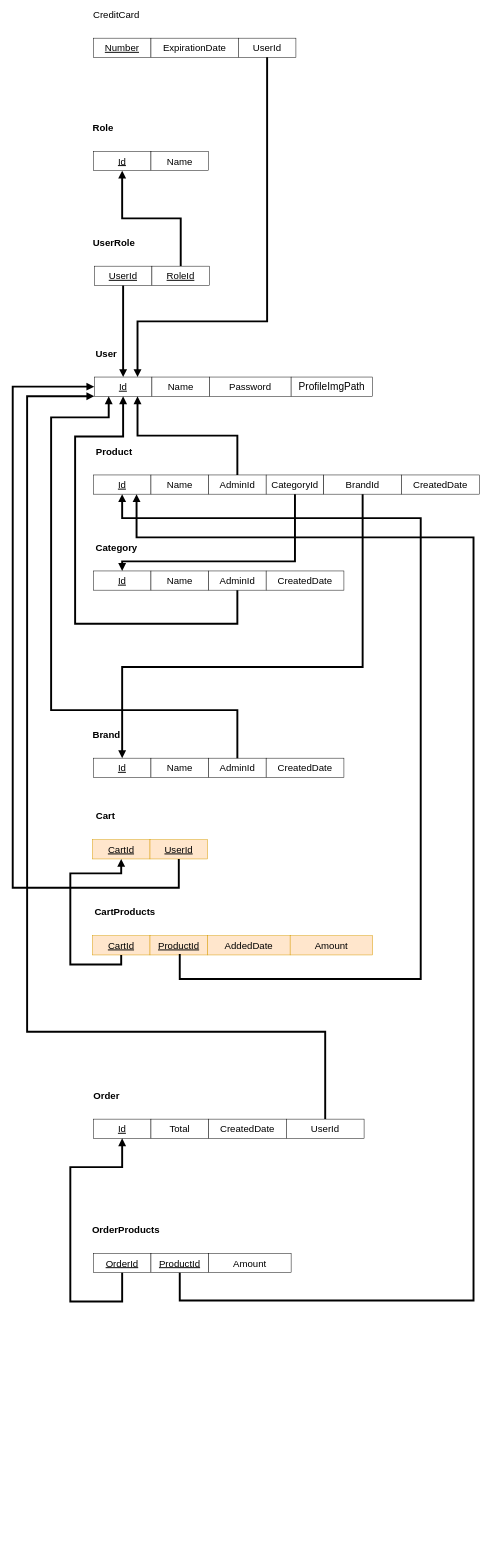
MarwanSayed014/ECommerceAPI keeps this draw.io diagram as Doc/Database Schema.drawio. Above is the earlier version. Source tidied: cells renumbered, new cells numbered last; positions are measured from the earlier drawing's top-left corner, leaving out a move shared by most shapes. Both pictures are drawn from the tidied source at 48%, with x=0, y=0 at pixel (12, 9).
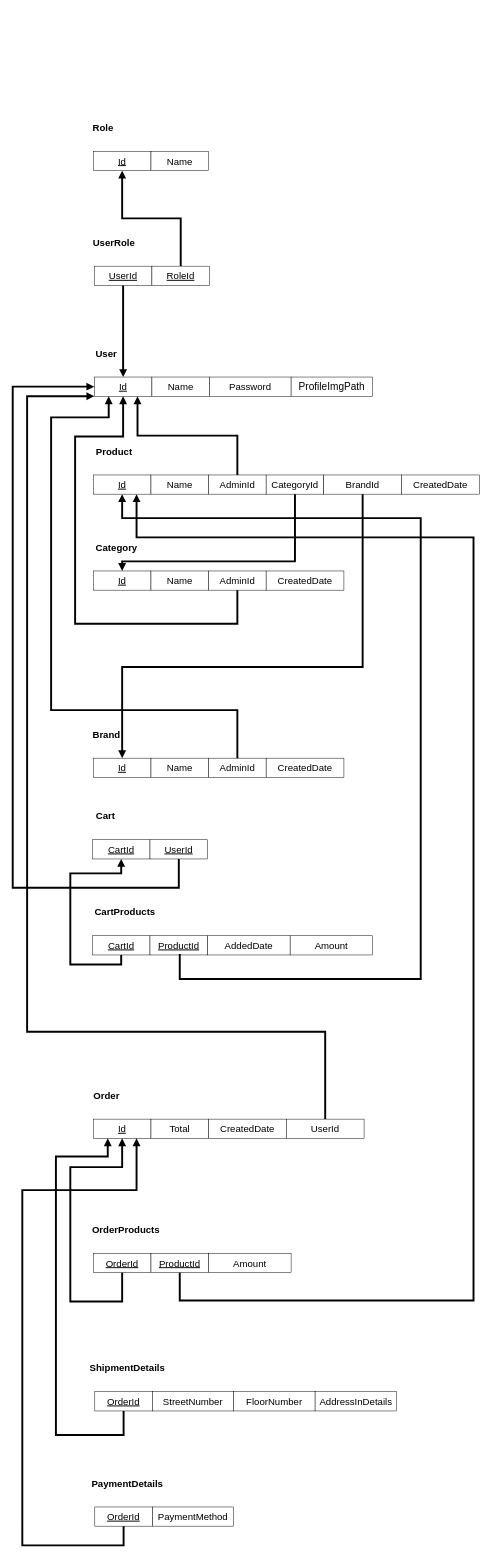
After the change.

The change refers to these unchanged cells:
```xml
<mxCell id="48" value="&lt;font style=&quot;font-size: 20px&quot;&gt;&lt;u&gt;Id&lt;/u&gt;&lt;/font&gt;" style="rounded=0;whiteSpace=wrap;html=1;" parent="1" vertex="1">
  <mxGeometry x="168" y="2312" width="120" height="40" as="geometry" />
</mxCell>
```

The edit, as a diff of the source:
```diff
@@
-    <mxCell id="15" value="&lt;span style=&quot;font-size: 20px&quot;&gt;CreditCard&lt;/span&gt;" style="text;html=1;strokeColor=none;fillColor=none;align=center;verticalAlign=middle;whiteSpace=wrap;rounded=0;" parent="1" vertex="1">
-      <mxGeometry x="152" width="128" height="20" as="geometry" />
-    </mxCell>
-    <mxCell id="16" value="&lt;u style=&quot;font-size: 20px&quot;&gt;Number&lt;/u&gt;" style="rounded=0;whiteSpace=wrap;html=1;" parent="1" vertex="1">
-      <mxGeometry x="168" y="60" width="120" height="40" as="geometry" />
-    </mxCell>
-    <mxCell id="17" value="&lt;span style=&quot;font-size: 20px&quot;&gt;ExpirationDate&lt;/span&gt;" style="rounded=0;whiteSpace=wrap;html=1;" parent="1" vertex="1">
-      <mxGeometry x="288" y="60" width="182" height="40" as="geometry" />
-    </mxCell>
-    <mxCell id="18" value="&lt;font style=&quot;font-size: 20px&quot;&gt;UserId&lt;/font&gt;" style="rounded=0;whiteSpace=wrap;html=1;" parent="1" vertex="1">
-      <mxGeometry x="470" y="60" width="120" height="40" as="geometry" />
-    </mxCell>
-    <mxCell id="19" style="edgeStyle=orthogonalEdgeStyle;rounded=0;jettySize=auto;html=1;endArrow=block;endFill=1;strokeWidth=4;fontSize=13;exitX=0.5;exitY=1;exitDx=0;exitDy=0;" parent="1" edge="1" source="18">
-      <mxGeometry relative="1" as="geometry">
-        <mxPoint x="260" y="766" as="targetPoint" />
-        <Array as="points">
-          <mxPoint x="530" y="650" />
-          <mxPoint x="260" y="650" />
-        </Array>
-      </mxGeometry>
-    </mxCell>
@@
-    <mxCell id="43" value="&lt;font style=&quot;font-size: 20px&quot;&gt;&lt;u&gt;CartId&lt;/u&gt;&lt;/font&gt;" style="rounded=0;whiteSpace=wrap;html=1;fillColor=#ffe6cc;strokeColor=#d79b00;" parent="1" vertex="1">
+    <mxCell id="43" value="&lt;font style=&quot;font-size: 20px&quot;&gt;&lt;u&gt;CartId&lt;/u&gt;&lt;/font&gt;" style="rounded=0;whiteSpace=wrap;html=1;" parent="1" vertex="1">
       <mxGeometry x="166" y="1930" width="120" height="40" as="geometry" />
     </mxCell>
-    <mxCell id="44" value="&lt;u style=&quot;font-size: 20px&quot;&gt;ProductId&lt;/u&gt;" style="rounded=0;whiteSpace=wrap;html=1;fillColor=#ffe6cc;strokeColor=#d79b00;" parent="1" vertex="1">
+    <mxCell id="44" value="&lt;u style=&quot;font-size: 20px&quot;&gt;ProductId&lt;/u&gt;" style="rounded=0;whiteSpace=wrap;html=1;" parent="1" vertex="1">
       <mxGeometry x="286" y="1930" width="120" height="40" as="geometry" />
     </mxCell>
-    <mxCell id="45" value="&lt;span style=&quot;font-size: 20px&quot;&gt;AddedDate&lt;/span&gt;" style="rounded=0;whiteSpace=wrap;html=1;fillColor=#ffe6cc;strokeColor=#d79b00;" parent="1" vertex="1">
+    <mxCell id="45" value="&lt;span style=&quot;font-size: 20px&quot;&gt;AddedDate&lt;/span&gt;" style="rounded=0;whiteSpace=wrap;html=1;" parent="1" vertex="1">
       <mxGeometry x="406" y="1930" width="172" height="40" as="geometry" />
     </mxCell>
@@
-    <mxCell id="59" value="&lt;span style=&quot;font-size: 20px&quot;&gt;Amount&lt;/span&gt;" style="rounded=0;whiteSpace=wrap;html=1;fillColor=#ffe6cc;strokeColor=#d79b00;" parent="1" vertex="1">
+    <mxCell id="59" value="&lt;span style=&quot;font-size: 20px&quot;&gt;Amount&lt;/span&gt;" style="rounded=0;whiteSpace=wrap;html=1;" parent="1" vertex="1">
       <mxGeometry x="578" y="1930" width="172" height="40" as="geometry" />
     </mxCell>
-    <mxCell id="60" value="&lt;font style=&quot;font-size: 20px&quot;&gt;&lt;u&gt;CartId&lt;/u&gt;&lt;/font&gt;" style="rounded=0;whiteSpace=wrap;html=1;fillColor=#ffe6cc;strokeColor=#d79b00;" parent="1" vertex="1">
+    <mxCell id="60" value="&lt;font style=&quot;font-size: 20px&quot;&gt;&lt;u&gt;CartId&lt;/u&gt;&lt;/font&gt;" style="rounded=0;whiteSpace=wrap;html=1;" parent="1" vertex="1">
       <mxGeometry x="166" y="1730" width="120" height="40" as="geometry" />
     </mxCell>
@@
-    <mxCell id="62" value="&lt;font style=&quot;font-size: 20px&quot;&gt;&lt;u&gt;UserId&lt;/u&gt;&lt;/font&gt;" style="rounded=0;whiteSpace=wrap;html=1;fillColor=#ffe6cc;strokeColor=#d79b00;" parent="1" vertex="1">
+    <mxCell id="62" value="&lt;font style=&quot;font-size: 20px&quot;&gt;&lt;u&gt;UserId&lt;/u&gt;&lt;/font&gt;" style="rounded=0;whiteSpace=wrap;html=1;" parent="1" vertex="1">
       <mxGeometry x="286" y="1730" width="120" height="40" as="geometry" />
     </mxCell>
@@
+    <mxCell id="65" value="&lt;span style=&quot;font-size: 20px&quot;&gt;&lt;b&gt;ShipmentDetails&lt;/b&gt;&lt;/span&gt;" style="text;html=1;align=center;verticalAlign=middle;whiteSpace=wrap;rounded=0;" parent="1" vertex="1">
+      <mxGeometry x="155" y="2820" width="168" height="20" as="geometry" />
+    </mxCell>
+    <mxCell id="66" value="&lt;font style=&quot;font-size: 20px&quot;&gt;&lt;u&gt;OrderId&lt;/u&gt;&lt;/font&gt;" style="rounded=0;whiteSpace=wrap;html=1;" parent="1" vertex="1">
+      <mxGeometry x="171" y="2880" width="120" height="40" as="geometry" />
+    </mxCell>
+    <mxCell id="67" value="&lt;span style=&quot;font-size: 20px&quot;&gt;StreetNumber&lt;/span&gt;" style="rounded=0;whiteSpace=wrap;html=1;" parent="1" vertex="1">
+      <mxGeometry x="291" y="2880" width="169" height="40" as="geometry" />
+    </mxCell>
+    <mxCell id="68" value="&lt;span style=&quot;font-size: 20px&quot;&gt;FloorNumber&lt;/span&gt;" style="rounded=0;whiteSpace=wrap;html=1;" parent="1" vertex="1">
+      <mxGeometry x="460" y="2880" width="170" height="40" as="geometry" />
+    </mxCell>
+    <mxCell id="69" value="&lt;span style=&quot;font-size: 20px&quot;&gt;AddressInDetails&lt;/span&gt;" style="rounded=0;whiteSpace=wrap;html=1;" parent="1" vertex="1">
+      <mxGeometry x="630" y="2880" width="170" height="40" as="geometry" />
+    </mxCell>
+    <mxCell id="70" value="&lt;span style=&quot;font-size: 20px&quot;&gt;PaymentMethod&lt;/span&gt;" style="rounded=0;whiteSpace=wrap;html=1;" parent="1" vertex="1">
+      <mxGeometry x="291" y="3120" width="169" height="40" as="geometry" />
+    </mxCell>
+    <mxCell id="71" value="&lt;font style=&quot;font-size: 20px&quot;&gt;&lt;u&gt;OrderId&lt;/u&gt;&lt;/font&gt;" style="rounded=0;whiteSpace=wrap;html=1;" parent="1" vertex="1">
+      <mxGeometry x="171" y="3120" width="120" height="40" as="geometry" />
+    </mxCell>
+    <mxCell id="72" value="&lt;span style=&quot;font-size: 20px&quot;&gt;&lt;b&gt;PaymentDetails&lt;/b&gt;&lt;/span&gt;" style="text;html=1;align=center;verticalAlign=middle;whiteSpace=wrap;rounded=0;" parent="1" vertex="1">
+      <mxGeometry x="155" y="3060" width="168" height="20" as="geometry" />
+    </mxCell>
+    <mxCell id="73" style="edgeStyle=orthogonalEdgeStyle;rounded=0;jettySize=auto;html=1;exitX=0.5;exitY=1;exitDx=0;exitDy=0;entryX=0.25;entryY=1;entryDx=0;entryDy=0;endArrow=block;endFill=1;strokeWidth=4;fontSize=13;" parent="1" edge="1" source="66" target="48">
+      <mxGeometry relative="1" as="geometry">
+        <Array as="points">
+          <mxPoint x="231" y="2970" />
+          <mxPoint x="90" y="2970" />
+          <mxPoint x="90" y="2390" />
+          <mxPoint x="198" y="2390" />
+        </Array>
+      </mxGeometry>
+    </mxCell>
+    <mxCell id="74" style="edgeStyle=orthogonalEdgeStyle;rounded=0;jettySize=auto;html=1;entryX=0.75;entryY=1;entryDx=0;entryDy=0;endArrow=block;endFill=1;strokeWidth=4;fontSize=13;exitX=0.5;exitY=1;exitDx=0;exitDy=0;" parent="1" edge="1" source="71" target="48">
+      <mxGeometry relative="1" as="geometry">
+        <Array as="points">
+          <mxPoint x="231" y="3200" />
+          <mxPoint x="20" y="3200" />
+          <mxPoint x="20" y="2460" />
+          <mxPoint x="258" y="2460" />
+        </Array>
+      </mxGeometry>
+    </mxCell>
```
